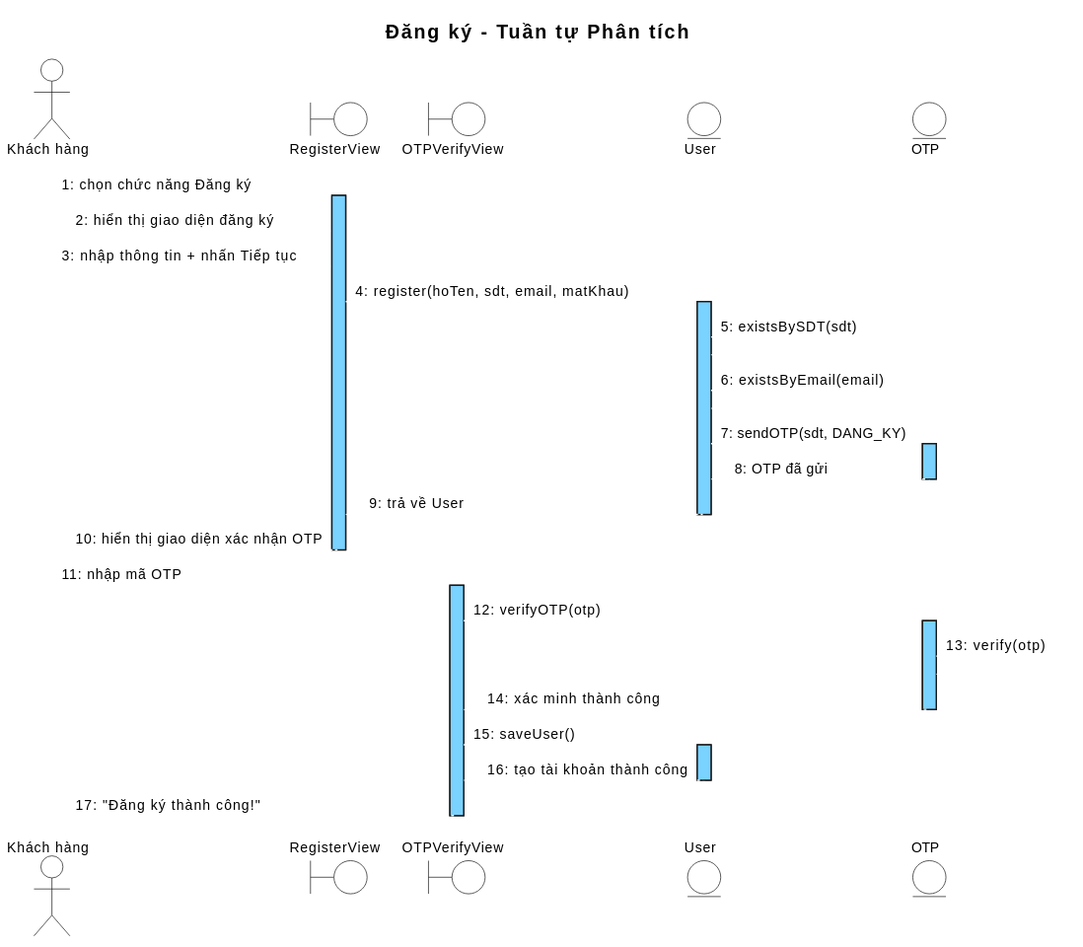
This is output/diagrams/account_seq_register_analysis.svg from thanhtrnnn/cnpm, a PlantUML export, as it was before one commit.
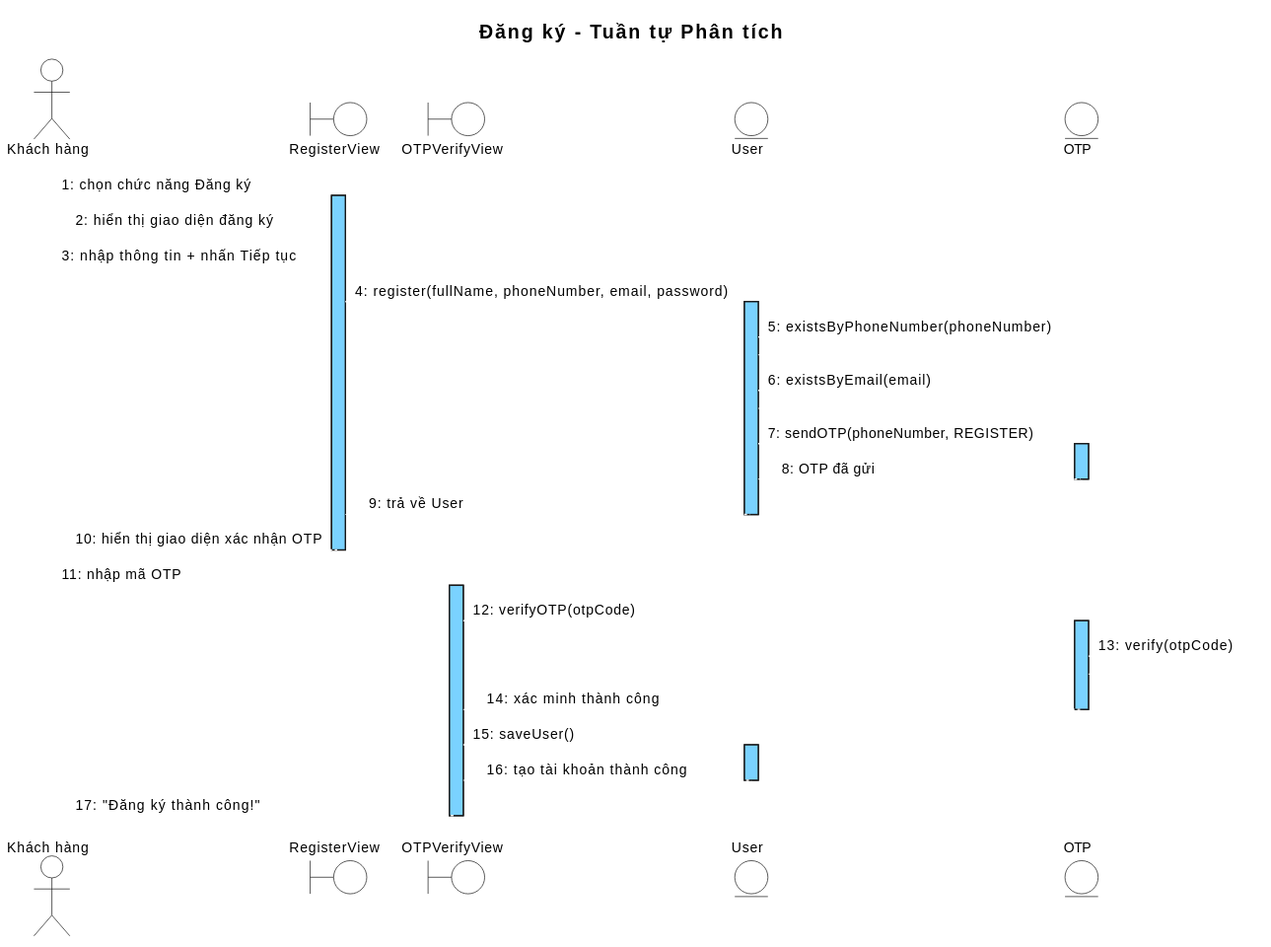
After the change.

The edit, as a diff of the source:
```diff
@@ -32,11 +32,11 @@
 activate B1
 B1 --> KH : 2: hiển thị giao diện đăng ký
 KH -> B1 : 3: nhập thông tin + nhấn Tiếp tục
-B1 -> E1 : 4: register(hoTen, sdt, email, matKhau)
+B1 -> E1 : 4: register(fullName, phoneNumber, email, password)
 activate E1
-E1 -> E1 : 5: existsBySDT(sdt)
+E1 -> E1 : 5: existsByPhoneNumber(phoneNumber)
 E1 -> E1 : 6: existsByEmail(email)
-E1 -> E2 : 7: sendOTP(sdt, DANG_KY)
+E1 -> E2 : 7: sendOTP(phoneNumber, REGISTER)
 activate E2
 E2 --> E1 : 8: OTP đã gửi
 deactivate E2
@@ -47,9 +47,9 @@
 
 KH -> B2 : 11: nhập mã OTP
 activate B2
-B2 -> E2 : 12: verifyOTP(otp)
+B2 -> E2 : 12: verifyOTP(otpCode)
 activate E2
-E2 -> E2 : 13: verify(otp)
+E2 -> E2 : 13: verify(otpCode)
 E2 --> B2 : 14: xác minh thành công
 deactivate E2
 B2 -> E1 : 15: saveUser()
```
